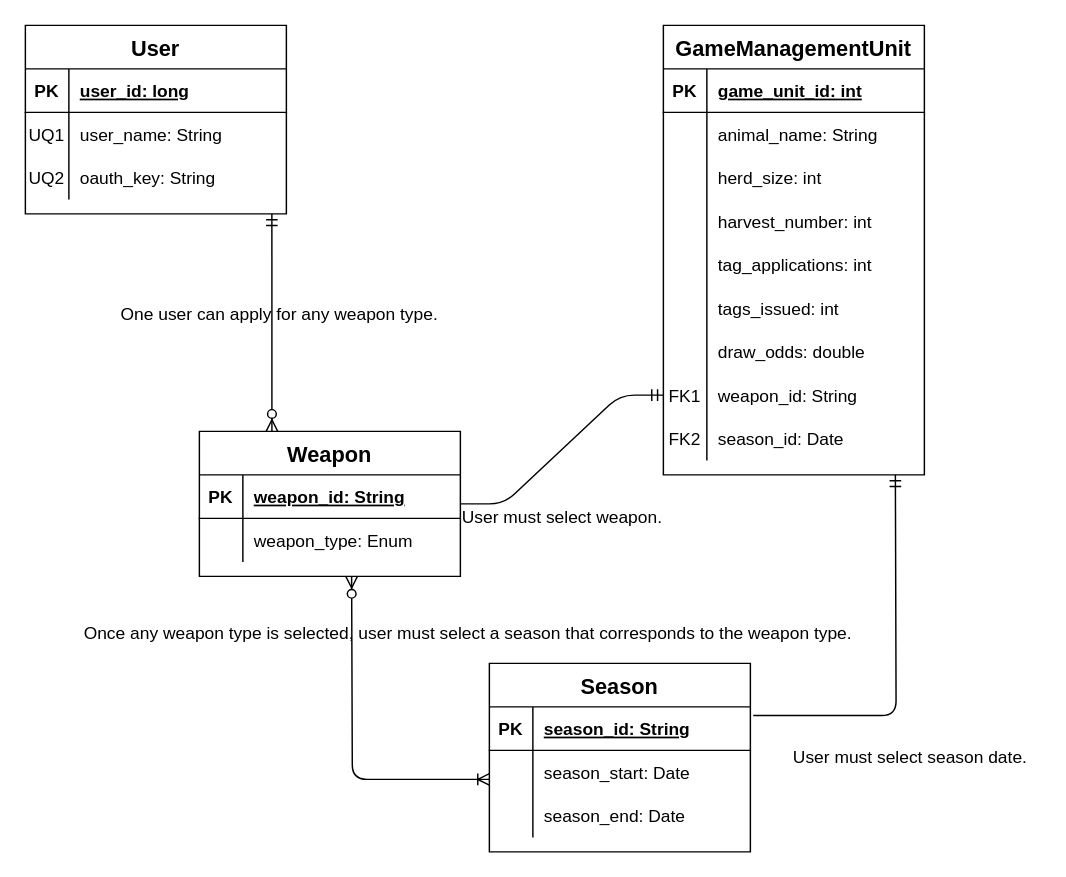
Earlier version of the draw.io diagram docs/work/erd.drawio (ddc-java-13/top-tag). Source tidied: cells renumbered, new cells numbered last; positions are measured from the earlier drawing's top-left corner, leaving out a move shared by most shapes. Both pictures are drawn from the tidied source at 145%, with x=0, y=0 at pixel (25, 25).
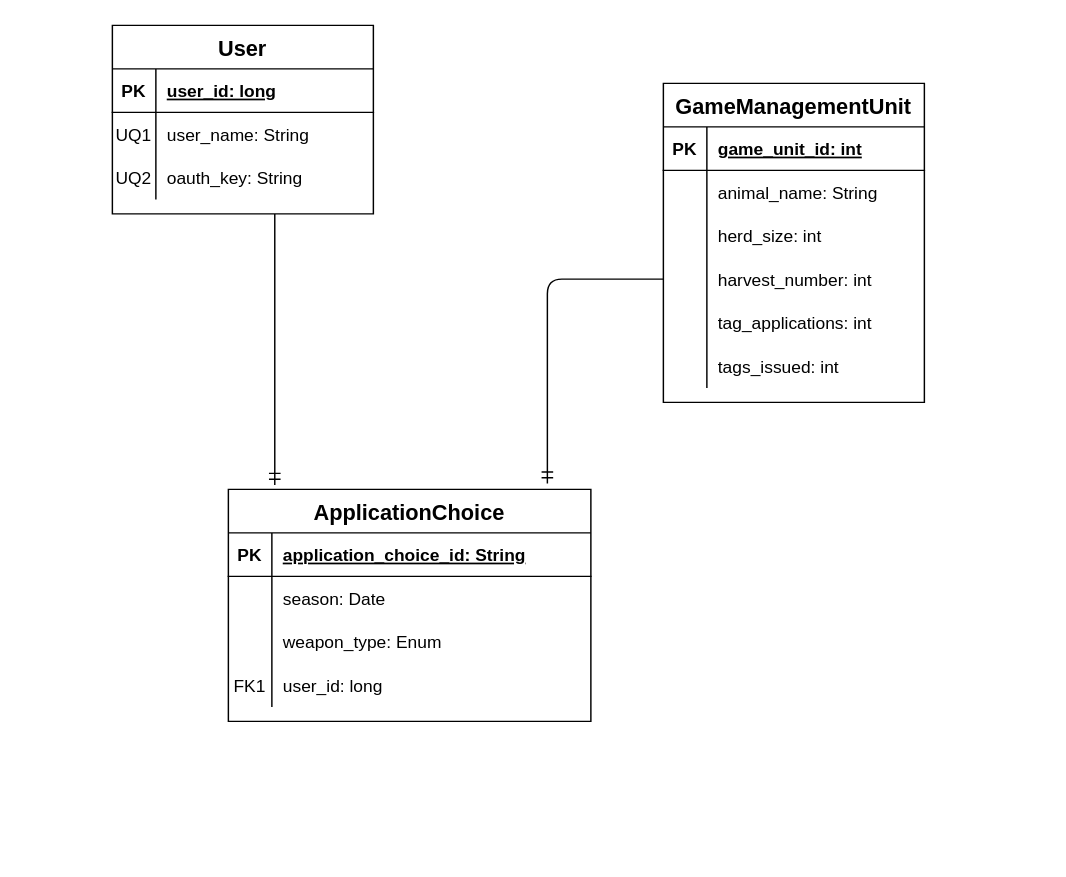
After the change.

The change refers to these unchanged cells:
```xml
<mxCell id="22" style="shape=partialRectangle;fillColor=none;top=0;left=0;bottom=0;right=0;points=[[0,0.5],[1,0.5]];portConstraint=eastwest;" parent="12" vertex="1">
  <mxGeometry y="120" width="180" height="30" as="geometry" />
</mxCell>
```

Diff of the diagram source:
```diff
@@
     <mxCell id="2" value="User" style="shape=table;startSize=30;childLayout=tableLayout;rowLines=0;fontStyle=1;align=center;fontSize=15;" parent="1" vertex="1">
-      <mxGeometry width="180" height="130" as="geometry" />
+      <mxGeometry x="60" width="180" height="130" as="geometry" />
     </mxCell>
@@
     <mxCell id="12" value="GameManagementUnit" style="shape=table;startSize=30;childLayout=tableLayout;rowLines=0;fontStyle=1;align=center;fontSize=15;" parent="1" vertex="1">
-      <mxGeometry x="440" width="180" height="310" as="geometry" />
+      <mxGeometry x="440" y="40" width="180" height="220" as="geometry" />
     </mxCell>
@@
-    <mxCell id="31" style="shape=partialRectangle;fillColor=none;top=0;left=0;bottom=0;right=0;" parent="12" vertex="1">
-      <mxGeometry y="210" width="180" height="30" as="geometry" />
-    </mxCell>
-    <mxCell id="32" style="shape=partialRectangle;fillColor=none;top=0;left=0;bottom=0;right=0;overflow=hidden;" parent="31" vertex="1">
-      <mxGeometry width="30" height="30" as="geometry" />
-    </mxCell>
-    <mxCell id="33" value="draw_odds: double" style="shape=partialRectangle;fillColor=none;top=0;left=0;bottom=0;right=0;align=left;spacingLeft=6;overflow=hidden;" parent="31" vertex="1">
-      <mxGeometry x="30" width="150" height="30" as="geometry" />
-    </mxCell>
-    <mxCell id="34" style="shape=partialRectangle;fillColor=none;top=0;left=0;bottom=0;right=0;points=[[0,0.5],[1,0.5]];portConstraint=eastwest;" parent="12" vertex="1">
-      <mxGeometry y="240" width="180" height="30" as="geometry" />
-    </mxCell>
-    <mxCell id="35" value="FK1" style="shape=partialRectangle;fillColor=none;top=0;left=0;bottom=0;right=0;overflow=hidden;" parent="34" vertex="1">
-      <mxGeometry width="30" height="30" as="geometry" />
-    </mxCell>
-    <mxCell id="36" value="weapon_id: String" style="shape=partialRectangle;fillColor=none;top=0;left=0;bottom=0;right=0;align=left;spacingLeft=6;overflow=hidden;" parent="34" vertex="1">
-      <mxGeometry x="30" width="150" height="30" as="geometry" />
-    </mxCell>
-    <mxCell id="37" style="shape=partialRectangle;fillColor=none;top=0;left=0;bottom=0;right=0;" parent="12" vertex="1">
-      <mxGeometry y="270" width="180" height="30" as="geometry" />
-    </mxCell>
-    <mxCell id="38" value="FK2" style="shape=partialRectangle;fillColor=none;top=0;left=0;bottom=0;right=0;overflow=hidden;" parent="37" vertex="1">
-      <mxGeometry width="30" height="30" as="geometry" />
-    </mxCell>
-    <mxCell id="39" value="season_id: Date" style="shape=partialRectangle;fillColor=none;top=0;left=0;bottom=0;right=0;align=left;spacingLeft=6;overflow=hidden;" parent="37" vertex="1">
-      <mxGeometry x="30" width="150" height="30" as="geometry" />
-    </mxCell>
-    <mxCell id="40" value="Weapon" style="shape=table;startSize=30;childLayout=tableLayout;rowLines=0;fontStyle=1;align=center;fontSize=15;" parent="1" vertex="1">
-      <mxGeometry x="120" y="280" width="180" height="100" as="geometry" />
-    </mxCell>
-    <mxCell id="41" style="shape=partialRectangle;fillColor=none;top=0;left=0;bottom=1;right=0;" parent="40" vertex="1">
-      <mxGeometry y="30" width="180" height="30" as="geometry" />
-    </mxCell>
-    <mxCell id="42" value="PK" style="shape=partialRectangle;fillColor=none;top=0;left=0;bottom=0;right=0;fontStyle=1;overflow=hidden;" parent="41" vertex="1">
-      <mxGeometry width="30" height="30" as="geometry" />
-    </mxCell>
-    <mxCell id="43" value="weapon_id: String" style="shape=partialRectangle;fillColor=none;top=0;left=0;bottom=0;right=0;align=left;spacingLeft=6;fontStyle=5;overflow=hidden;" parent="41" vertex="1">
-      <mxGeometry x="30" width="150" height="30" as="geometry" />
-    </mxCell>
-    <mxCell id="44" style="shape=partialRectangle;fillColor=none;top=0;left=0;bottom=0;right=0;" parent="40" vertex="1">
-      <mxGeometry y="60" width="180" height="30" as="geometry" />
-    </mxCell>
-    <mxCell id="45" style="shape=partialRectangle;fillColor=none;top=0;left=0;bottom=0;right=0;overflow=hidden;" parent="44" vertex="1">
-      <mxGeometry width="30" height="30" as="geometry" />
-    </mxCell>
-    <mxCell id="46" value="weapon_type: Enum" style="shape=partialRectangle;fillColor=none;top=0;left=0;bottom=0;right=0;align=left;spacingLeft=6;overflow=hidden;" parent="44" vertex="1">
-      <mxGeometry x="30" width="150" height="30" as="geometry" />
-    </mxCell>
-    <mxCell id="47" value="Season" style="shape=table;startSize=30;childLayout=tableLayout;rowLines=0;fontStyle=1;align=center;fontSize=15;" parent="1" vertex="1">
-      <mxGeometry x="320" y="440" width="180" height="130" as="geometry" />
+    <mxCell id="47" value="ApplicationChoice" style="shape=table;startSize=30;childLayout=tableLayout;rowLines=0;fontStyle=1;align=center;fontSize=15;" parent="1" vertex="1">
+      <mxGeometry x="140" y="320" width="250" height="160" as="geometry" />
     </mxCell>
     <mxCell id="48" style="shape=partialRectangle;fillColor=none;top=0;left=0;bottom=1;right=0;points=[[0,0.5],[1,0.5]];portConstraint=eastwest;" parent="47" vertex="1">
-      <mxGeometry y="30" width="180" height="30" as="geometry" />
+      <mxGeometry y="30" width="250" height="30" as="geometry" />
     </mxCell>
@@
-    <mxCell id="50" value="season_id: String" style="shape=partialRectangle;fillColor=none;top=0;left=0;bottom=0;right=0;align=left;spacingLeft=6;fontStyle=5;overflow=hidden;" parent="48" vertex="1">
-      <mxGeometry x="30" width="150" height="30" as="geometry" />
+    <mxCell id="50" value="application_choice_id: String" style="shape=partialRectangle;fillColor=none;top=0;left=0;bottom=0;right=0;align=left;spacingLeft=6;fontStyle=5;overflow=hidden;" parent="48" vertex="1">
+      <mxGeometry x="30" width="220" height="30" as="geometry" />
     </mxCell>
     <mxCell id="51" style="shape=partialRectangle;fillColor=none;top=0;left=0;bottom=0;right=0;points=[[0,0.5],[1,0.5]];portConstraint=eastwest;" parent="47" vertex="1">
-      <mxGeometry y="60" width="180" height="30" as="geometry" />
+      <mxGeometry y="60" width="250" height="30" as="geometry" />
     </mxCell>
@@
-    <mxCell id="53" value="season_start: Date" style="shape=partialRectangle;fillColor=none;top=0;left=0;bottom=0;right=0;align=left;spacingLeft=6;overflow=hidden;" parent="51" vertex="1">
-      <mxGeometry x="30" width="150" height="30" as="geometry" />
+    <mxCell id="53" value="season: Date" style="shape=partialRectangle;fillColor=none;top=0;left=0;bottom=0;right=0;align=left;spacingLeft=6;overflow=hidden;" parent="51" vertex="1">
+      <mxGeometry x="30" width="220" height="30" as="geometry" />
     </mxCell>
     <mxCell id="54" style="shape=partialRectangle;fillColor=none;top=0;left=0;bottom=0;right=0;" parent="47" vertex="1">
-      <mxGeometry y="90" width="180" height="30" as="geometry" />
+      <mxGeometry y="90" width="250" height="30" as="geometry" />
     </mxCell>
@@
-    <mxCell id="56" value="season_end: Date" style="shape=partialRectangle;fillColor=none;top=0;left=0;bottom=0;right=0;align=left;spacingLeft=6;overflow=hidden;" parent="54" vertex="1">
-      <mxGeometry x="30" width="150" height="30" as="geometry" />
+    <mxCell id="56" value="weapon_type: Enum" style="shape=partialRectangle;fillColor=none;top=0;left=0;bottom=0;right=0;align=left;spacingLeft=6;overflow=hidden;" parent="54" vertex="1">
+      <mxGeometry x="30" width="220" height="30" as="geometry" />
     </mxCell>
-    <mxCell id="57" style="fontSize=12;html=1;endArrow=ERzeroToMany;entryX=0.278;entryY=0;entryDx=0;entryDy=0;entryPerimeter=0;startArrow=ERmandOne;startFill=0;endFill=1;" parent="1" edge="1" target="40">
-      <mxGeometry relative="1" as="geometry">
-        <mxPoint x="170" y="130" as="sourcePoint" />
-      </mxGeometry>
-    </mxCell>
-    <mxCell id="58" value="One user can apply for any weapon type." style="text;html=1;align=center;verticalAlign=middle;strokeColor=none;" parent="1" vertex="1">
-      <mxGeometry x="60" y="190" width="230" height="20" as="geometry" />
-    </mxCell>
-    <mxCell id="59" style="edgeStyle=orthogonalEdgeStyle;fontSize=12;html=1;endArrow=ERoneToMany;endFill=0;entryX=0;entryY=0.667;entryDx=0;entryDy=0;startArrow=ERzeroToMany;startFill=1;entryPerimeter=0;" parent="1" edge="1" target="51">
-      <mxGeometry relative="1" as="geometry">
-        <mxPoint x="225" y="380" as="sourcePoint" />
-      </mxGeometry>
-    </mxCell>
-    <mxCell id="60" value="Once any weapon type is selected, user must select a season that corresponds to the weapon type." style="text;html=1;align=center;verticalAlign=middle;strokeColor=none;" parent="1" vertex="1">
-      <mxGeometry x="30" y="410" width="550" height="20" as="geometry" />
-    </mxCell>
-    <mxCell id="61" style="edgeStyle=entityRelationEdgeStyle;fontSize=12;html=1;endArrow=ERmandOne;entryX=0;entryY=0.5;entryDx=0;entryDy=0;" parent="1" edge="1" target="34">
-      <mxGeometry relative="1" as="geometry">
-        <mxPoint x="300" y="330" as="sourcePoint" />
-      </mxGeometry>
-    </mxCell>
-    <mxCell id="62" style="fontSize=12;html=1;endArrow=ERmandOne;entryX=0;entryY=0.5;entryDx=0;entryDy=0;edgeStyle=orthogonalEdgeStyle;exitX=1.011;exitY=0.2;exitDx=0;exitDy=0;exitPerimeter=0;" parent="1" edge="1" source="48">
-      <mxGeometry relative="1" as="geometry">
-        <mxPoint x="600" y="310" as="targetPoint" />
-      </mxGeometry>
-    </mxCell>
-    <mxCell id="63" value="User must select weapon." style="text;html=1;align=center;verticalAlign=middle;strokeColor=none;" parent="1" vertex="1">
-      <mxGeometry x="295" y="330" width="150" height="20" as="geometry" />
-    </mxCell>
-    <mxCell id="64" value="User must select season date." style="text;html=1;align=center;verticalAlign=middle;strokeColor=none;" parent="1" vertex="1">
-      <mxGeometry x="520" y="495" width="180" height="20" as="geometry" />
-    </mxCell>
+    <mxCell id="65" style="shape=partialRectangle;fillColor=none;top=0;left=0;bottom=0;right=0;" parent="47" vertex="1">
+      <mxGeometry y="120" width="250" height="30" as="geometry" />
+    </mxCell>
+    <mxCell id="35" value="FK1" style="shape=partialRectangle;fillColor=none;top=0;left=0;bottom=0;right=0;overflow=hidden;" parent="65" vertex="1">
+      <mxGeometry width="30" height="30" as="geometry" />
+    </mxCell>
+    <mxCell id="66" value="user_id: long" style="shape=partialRectangle;fillColor=none;top=0;left=0;bottom=0;right=0;align=left;spacingLeft=6;overflow=hidden;" parent="65" vertex="1">
+      <mxGeometry x="30" width="220" height="30" as="geometry" />
+    </mxCell>
+    <mxCell id="67" style="fontSize=12;html=1;endArrow=ERmandOne;entryX=0.128;entryY=-0.019;entryDx=0;entryDy=0;entryPerimeter=0;" parent="1" edge="1" target="47">
+      <mxGeometry relative="1" as="geometry">
+        <mxPoint x="172" y="130" as="sourcePoint" />
+      </mxGeometry>
+    </mxCell>
+    <mxCell id="68" style="fontSize=12;html=1;endArrow=ERmandOne;edgeStyle=orthogonalEdgeStyle;exitX=0;exitY=0.5;exitDx=0;exitDy=0;entryX=0.88;entryY=-0.025;entryDx=0;entryDy=0;entryPerimeter=0;" parent="1" edge="1" source="22" target="47">
+      <mxGeometry relative="1" as="geometry" />
+    </mxCell>
```
